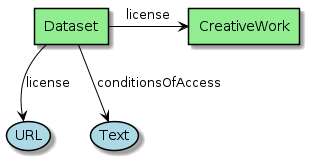
Before: series/diagrams/ResourceConstraints.png, a diagram exported from PlantUML (eovoc/eo-on-schema.org).
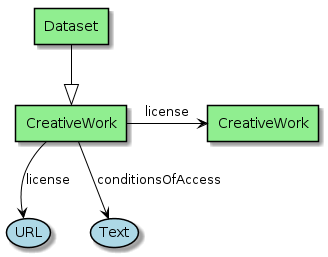
After the change.

The edit, as a diff of the source:
```diff
@@ -17,10 +17,13 @@
 agent Dataset
 agent CreativeWork
 
+agent License as "CreativeWork"
 
-Dataset -down-> (URL) : "license"
+CreativeWork <|-up- Dataset
 
-Dataset -right-> CreativeWork : "license"
+CreativeWork -down-> (URL) : "license"
 
-Dataset -down-> (Text) : "conditionsOfAccess"
+CreativeWork -right-> License : "license"
+
+CreativeWork -down-> (Text) : "conditionsOfAccess"
 @enduml
```
